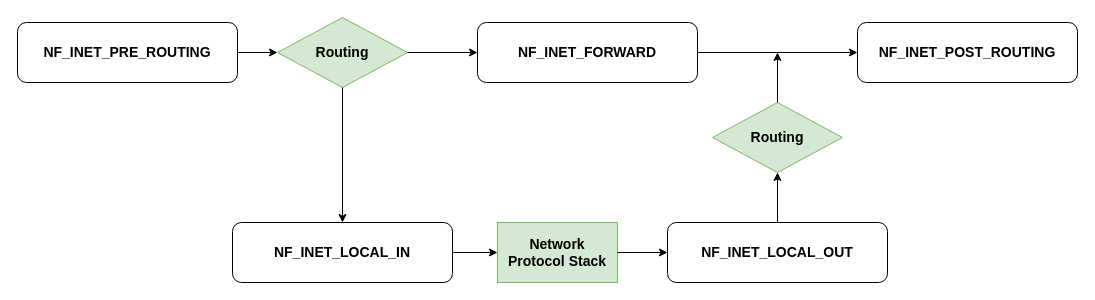
Before: netfilter.drawio in baoqger/drawing.io, a draw.io diagram. Source tidied: cells renumbered, new cells numbered last; positions are measured from the earlier drawing's top-left corner, leaving out a move shared by most shapes. Both pictures are drawn from the tidied source at 100%, with x=0, y=0 at pixel (17, 17).
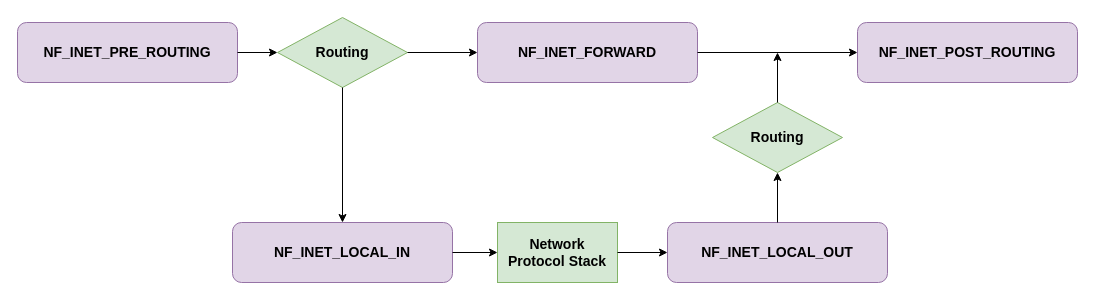
After the change.

Change to the diagram source:
```diff
@@
 <mxGraphModel>
   <root>
     <mxCell id="0" />
     <mxCell id="1" parent="0" />
-    <mxCell id="2" value="NF_INET_PRE_ROUTING" style="rounded=1;whiteSpace=wrap;html=1;fontSize=14;fontStyle=1;" parent="1" vertex="1">
+    <mxCell id="2" value="NF_INET_PRE_ROUTING" style="rounded=1;whiteSpace=wrap;html=1;fontSize=14;fontStyle=1;fillColor=#e1d5e7;strokeColor=#9673a6;" parent="1" vertex="1">
       <mxGeometry y="5" width="220" height="60" as="geometry" />
     </mxCell>
     <mxCell id="3" value="Routing" style="rhombus;whiteSpace=wrap;html=1;fontSize=14;fillColor=#d5e8d4;strokeColor=#82b366;fontStyle=1;" parent="1" vertex="1">
       <mxGeometry x="260" width="130" height="70" as="geometry" />
     </mxCell>
-    <mxCell id="4" value="NF_INET_FORWARD" style="rounded=1;whiteSpace=wrap;html=1;fontSize=14;fontStyle=1;" parent="1" vertex="1">
+    <mxCell id="4" value="NF_INET_FORWARD" style="rounded=1;whiteSpace=wrap;html=1;fontSize=14;fontStyle=1;fillColor=#e1d5e7;strokeColor=#9673a6;" parent="1" vertex="1">
       <mxGeometry x="460" y="5" width="220" height="60" as="geometry" />
     </mxCell>
-    <mxCell id="5" value="NF_INET_LOCAL_IN" style="rounded=1;whiteSpace=wrap;html=1;fontSize=14;fontStyle=1;" parent="1" vertex="1">
+    <mxCell id="5" value="NF_INET_LOCAL_IN" style="rounded=1;whiteSpace=wrap;html=1;fontSize=14;fontStyle=1;fillColor=#e1d5e7;strokeColor=#9673a6;" parent="1" vertex="1">
       <mxGeometry x="215" y="205" width="220" height="60" as="geometry" />
     </mxCell>
     <mxCell id="6" value="Network &lt;br&gt;Protocol Stack" style="rounded=0;whiteSpace=wrap;html=1;fontSize=14;fillColor=#d5e8d4;strokeColor=#82b366;fontStyle=1;" parent="1" vertex="1">
       <mxGeometry x="480" y="205" width="120" height="60" as="geometry" />
     </mxCell>
-    <mxCell id="7" value="NF_INET_LOCAL_OUT" style="rounded=1;whiteSpace=wrap;html=1;fontSize=14;fontStyle=1;" parent="1" vertex="1">
+    <mxCell id="7" value="NF_INET_LOCAL_OUT" style="rounded=1;whiteSpace=wrap;html=1;fontSize=14;fontStyle=1;fillColor=#e1d5e7;strokeColor=#9673a6;" parent="1" vertex="1">
       <mxGeometry x="650" y="205" width="220" height="60" as="geometry" />
     </mxCell>
-    <mxCell id="8" value="NF_INET_POST_ROUTING" style="rounded=1;whiteSpace=wrap;html=1;fontSize=14;fontStyle=1;" parent="1" vertex="1">
+    <mxCell id="8" value="NF_INET_POST_ROUTING" style="rounded=1;whiteSpace=wrap;html=1;fontSize=14;fontStyle=1;fillColor=#e1d5e7;strokeColor=#9673a6;" parent="1" vertex="1">
       <mxGeometry x="840" y="5" width="220" height="60" as="geometry" />
     </mxCell>
     <mxCell id="9" style="endArrow=classic;html=1;rounded=0;fontSize=14;exitX=1;exitY=0.5;exitDx=0;exitDy=0;entryX=0;entryY=0.5;entryDx=0;entryDy=0;" parent="1" edge="1" source="2" target="3">
       <mxGeometry relative="1" as="geometry" />
     </mxCell>
     <mxCell id="10" style="endArrow=classic;html=1;rounded=0;fontSize=14;exitX=0.5;exitY=1;exitDx=0;exitDy=0;entryX=0.5;entryY=0;entryDx=0;entryDy=0;" parent="1" edge="1" source="3" target="5">
       <mxGeometry relative="1" as="geometry" />
     </mxCell>
     <mxCell id="11" style="endArrow=classic;html=1;rounded=0;fontSize=14;exitX=1;exitY=0.5;exitDx=0;exitDy=0;entryX=0;entryY=0.5;entryDx=0;entryDy=0;" parent="1" edge="1" source="3" target="4">
       <mxGeometry relative="1" as="geometry" />
     </mxCell>
     <mxCell id="12" style="endArrow=classic;html=1;rounded=0;fontSize=14;exitX=1;exitY=0.5;exitDx=0;exitDy=0;" parent="1" edge="1" source="5" target="6">
       <mxGeometry relative="1" as="geometry" />
     </mxCell>
     <mxCell id="13" style="endArrow=classic;html=1;rounded=0;fontSize=14;exitX=1;exitY=0.5;exitDx=0;exitDy=0;entryX=0;entryY=0.5;entryDx=0;entryDy=0;" parent="1" edge="1" source="6" target="7">
       <mxGeometry relative="1" as="geometry" />
     </mxCell>
     <mxCell id="14" style="endArrow=classic;html=1;rounded=0;fontSize=14;exitX=1;exitY=0.5;exitDx=0;exitDy=0;entryX=0;entryY=0.5;entryDx=0;entryDy=0;" parent="1" edge="1" source="4" target="8">
       <mxGeometry relative="1" as="geometry" />
     </mxCell>
     <mxCell id="15" value="Routing" style="rhombus;whiteSpace=wrap;html=1;fontSize=14;fillColor=#d5e8d4;strokeColor=#82b366;fontStyle=1;" parent="1" vertex="1">
       <mxGeometry x="695" y="85" width="130" height="70" as="geometry" />
     </mxCell>
     <mxCell id="16" style="endArrow=classic;html=1;rounded=0;fontSize=14;exitX=0.5;exitY=0;exitDx=0;exitDy=0;" parent="1" edge="1" source="7" target="15">
       <mxGeometry relative="1" as="geometry" />
     </mxCell>
     <mxCell id="17" style="endArrow=classic;html=1;rounded=0;fontSize=14;exitX=0.5;exitY=0;exitDx=0;exitDy=0;" parent="1" edge="1" source="15">
       <mxGeometry relative="1" as="geometry">
         <mxPoint x="760" y="35" as="targetPoint" />
       </mxGeometry>
     </mxCell>
   </root>
 </mxGraphModel>
```
